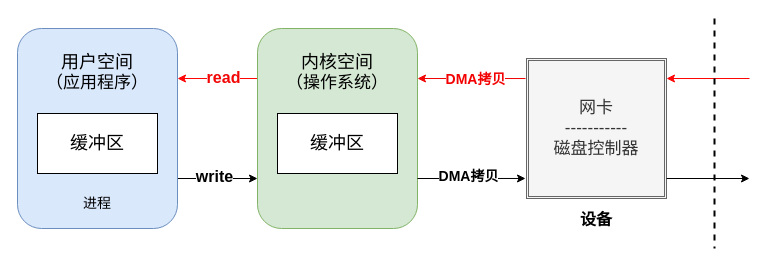
This is IO1.drawio from lttUSTC/draw, a draw.io file, before an edit. Source tidied: cells renumbered, new cells numbered last; positions are measured from the earlier drawing's top-left corner, leaving out a move shared by most shapes. Both pictures are drawn from the tidied source at 100%, with x=0, y=0 at pixel (17, 18).
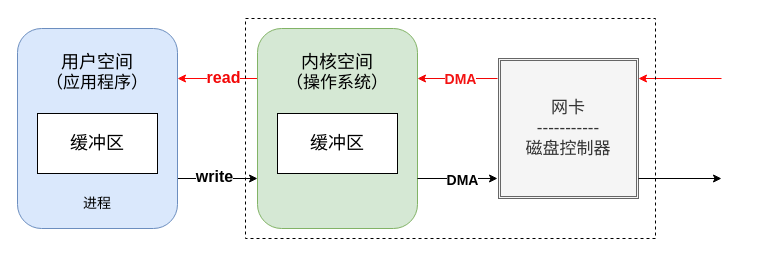
Above is the later version.

Unchanged cells that the change refers to:
```xml
<mxCell id="14" style="edgeStyle=orthogonalEdgeStyle;rounded=0;jettySize=auto;html=1;exitX=-0.007;exitY=0.143;exitDx=0;exitDy=0;entryX=1;entryY=0.25;entryDx=0;entryDy=0;exitPerimeter=0;strokeColor=#f10404;" parent="1" edge="1" source="13" target="10">
  <mxGeometry relative="1" as="geometry" />
</mxCell>
<mxCell id="16" style="edgeStyle=orthogonalEdgeStyle;rounded=0;jettySize=auto;html=1;exitX=1;exitY=0.75;exitDx=0;exitDy=0;entryX=-0.007;entryY=0.857;entryDx=0;entryDy=0;entryPerimeter=0;" parent="1" edge="1" source="10" target="13">
  <mxGeometry relative="1" as="geometry" />
</mxCell>
```

The edit, as a diff of the source:
```diff
@@
     <mxCell id="13" value="&lt;font style=&quot;font-size: 17px;&quot;&gt;网卡&lt;/font&gt;&lt;div style=&quot;font-size: 17px;&quot;&gt;&lt;span style=&quot;background-color: initial;&quot;&gt;&lt;font style=&quot;font-size: 17px;&quot;&gt;-----------&lt;/font&gt;&lt;/span&gt;&lt;/div&gt;&lt;div style=&quot;font-size: 17px;&quot;&gt;&lt;span style=&quot;background-color: initial;&quot;&gt;&lt;font style=&quot;font-size: 17px;&quot;&gt;磁盘控制器&lt;/font&gt;&lt;/span&gt;&lt;/div&gt;" style="shape=ext;double=1;whiteSpace=wrap;html=1;fillColor=#f5f5f5;fontColor=#333333;strokeColor=#666666;" parent="1" vertex="1">
-      <mxGeometry x="509" y="40" width="140" height="140" as="geometry" />
+      <mxGeometry x="481" y="40" width="140" height="140" as="geometry" />
     </mxCell>
@@
-    <mxCell id="15" value="&lt;font style=&quot;font-size: 14px;&quot;&gt;&lt;b&gt;DMA拷贝&lt;/b&gt;&lt;/font&gt;" style="edgeLabel;html=1;align=center;verticalAlign=middle;fontColor=#f20202;" parent="14" vertex="1">
-      <mxGeometry x="-0.06" relative="1" as="geometry" />
-    </mxCell>
+    <mxCell id="22" value="&lt;font style=&quot;font-size: 14px;&quot;&gt;&lt;b&gt;DMA&lt;/b&gt;&lt;/font&gt;" style="edgeLabel;html=1;align=center;verticalAlign=middle;fontColor=#f31212;" parent="14" vertex="1">
+      <mxGeometry x="-0.04" relative="1" as="geometry" />
+    </mxCell>
@@
-    <mxCell id="17" value="&lt;b style=&quot;font-size: 14px;&quot;&gt;&lt;font style=&quot;font-size: 14px;&quot;&gt;DMA拷贝&lt;/font&gt;&lt;/b&gt;" style="edgeLabel;html=1;align=center;verticalAlign=middle;fontSize=14;" parent="16" vertex="1">
-      <mxGeometry x="-0.05" y="2" relative="1" as="geometry" />
-    </mxCell>
+    <mxCell id="23" value="&lt;font style=&quot;font-size: 14px;&quot;&gt;&lt;b&gt;DMA&lt;/b&gt;&lt;/font&gt;" style="edgeLabel;html=1;align=center;verticalAlign=middle;" parent="16" vertex="1">
+      <mxGeometry x="0.09" y="-2" relative="1" as="geometry" />
+    </mxCell>
     <mxCell id="18" style="edgeStyle=orthogonalEdgeStyle;rounded=0;orthogonalLoop=1;jettySize=auto;html=1;entryX=1;entryY=0.25;entryDx=0;entryDy=0;strokeColor=#ff0505;" parent="1" edge="1">
       <mxGeometry relative="1" as="geometry">
-        <mxPoint x="732" y="60" as="sourcePoint" />
-        <mxPoint x="649" y="60" as="targetPoint" />
+        <mxPoint x="704" y="60" as="sourcePoint" />
+        <mxPoint x="621" y="60" as="targetPoint" />
       </mxGeometry>
     </mxCell>
     <mxCell id="19" style="edgeStyle=orthogonalEdgeStyle;rounded=0;orthogonalLoop=1;jettySize=auto;html=1;entryX=1;entryY=0.25;entryDx=0;entryDy=0;" parent="1" edge="1">
       <mxGeometry relative="1" as="geometry">
-        <mxPoint x="649" y="160" as="sourcePoint" />
-        <mxPoint x="732" y="160" as="targetPoint" />
+        <mxPoint x="621" y="160" as="sourcePoint" />
+        <mxPoint x="704" y="160" as="targetPoint" />
       </mxGeometry>
     </mxCell>
-    <mxCell id="20" value="&lt;font size=&quot;1&quot; style=&quot;&quot;&gt;&lt;b style=&quot;font-size: 16px;&quot;&gt;设备&lt;/b&gt;&lt;/font&gt;" style="text;strokeColor=none;align=center;fillColor=none;html=1;verticalAlign=middle;whiteSpace=wrap;rounded=0;" parent="1" vertex="1">
-      <mxGeometry x="549" y="186" width="60" height="30" as="geometry" />
-    </mxCell>
-    <mxCell id="21" style="line;strokeWidth=2;direction=south;html=1;dashed=1;" parent="1" vertex="1">
-      <mxGeometry x="692" width="10" height="230" as="geometry" />
-    </mxCell>
+    <mxCell id="24" style="rounded=0;whiteSpace=wrap;html=1;fillColor=none;dashed=1;" parent="1" vertex="1">
+      <mxGeometry x="228" width="410" height="220" as="geometry" />
+    </mxCell>
```
